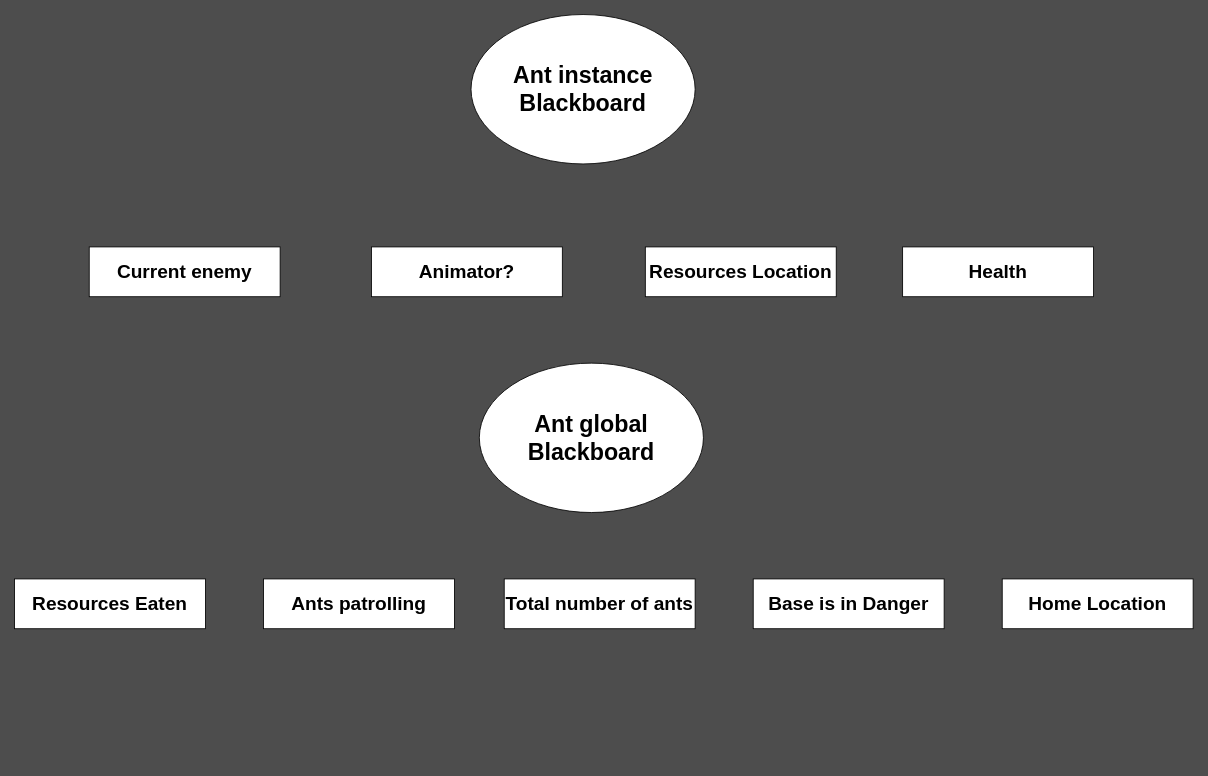
Earlier version of the draw.io diagram page "Blackboard" (5 of 5) of Design/Ant.drawio (arturo101199/GardenBattle). Source tidied: cells renumbered, new cells numbered last; positions are measured from the earlier drawing's top-left corner, leaving out a move shared by most shapes. Both pictures are drawn from the tidied source at 83%, with x=0, y=0 at pixel (14, 14).
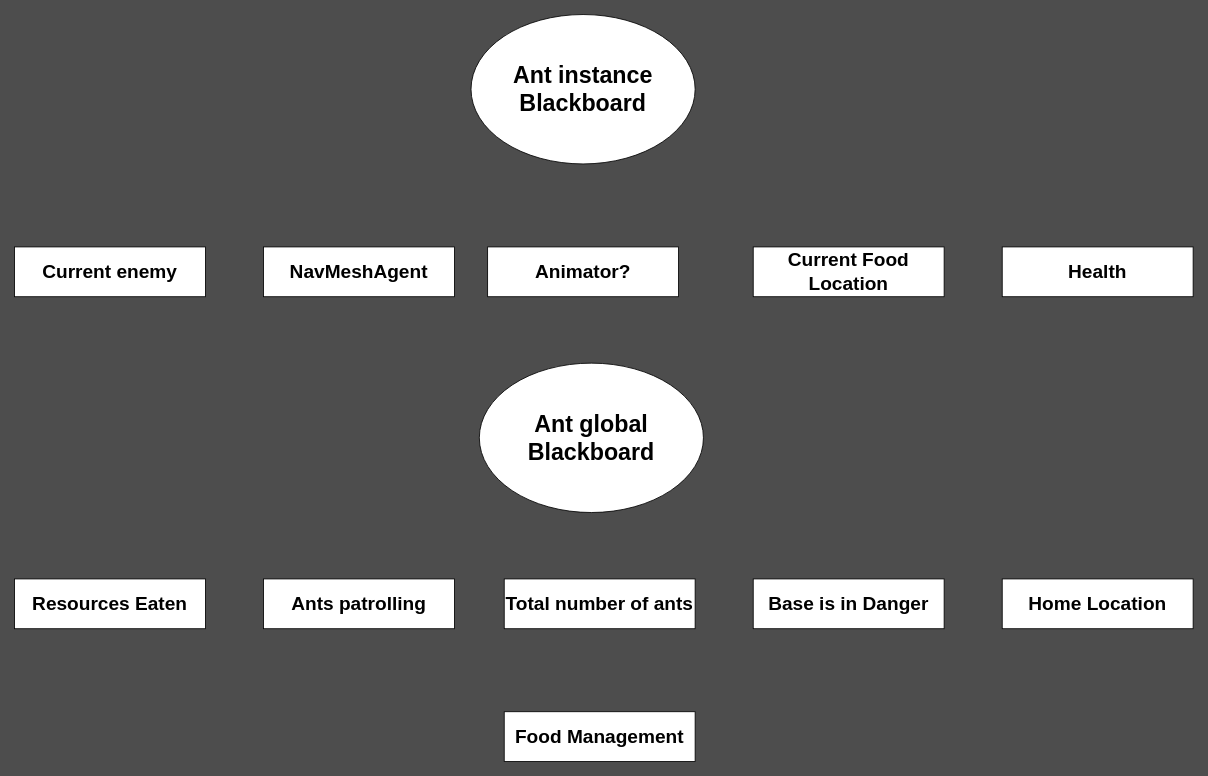
The same diagram, later.

Change to the diagram source:
```diff
@@
 <mxGraphModel background="#4D4D4D">
   <root>
     <mxCell id="0" />
     <mxCell id="1" parent="0" />
     <mxCell id="2" value="&lt;font style=&quot;font-size: 28px&quot;&gt;&lt;b&gt;Ant instance Blackboard&lt;/b&gt;&lt;/font&gt;" style="ellipse;whiteSpace=wrap;html=1;" parent="1" vertex="1">
       <mxGeometry x="550" width="270" height="180" as="geometry" />
     </mxCell>
     <mxCell id="3" value="&lt;font style=&quot;font-size: 23px&quot;&gt;&lt;b&gt;Resources Eaten&lt;/b&gt;&lt;/font&gt;" style="rounded=0;whiteSpace=wrap;html=1;" parent="1" vertex="1">
       <mxGeometry y="680" width="230" height="60" as="geometry" />
     </mxCell>
     <mxCell id="4" value="&lt;font style=&quot;font-size: 23px&quot;&gt;&lt;b&gt;Animator?&lt;/b&gt;&lt;/font&gt;" style="rounded=0;whiteSpace=wrap;html=1;" parent="1" vertex="1">
-      <mxGeometry x="430" y="280" width="230" height="60" as="geometry" />
+      <mxGeometry x="570" y="280" width="230" height="60" as="geometry" />
     </mxCell>
-    <mxCell id="5" value="&lt;font style=&quot;font-size: 23px&quot;&gt;&lt;b&gt;Resources Location&lt;/b&gt;&lt;/font&gt;" style="rounded=0;whiteSpace=wrap;html=1;" parent="1" vertex="1">
-      <mxGeometry x="760" y="280" width="230" height="60" as="geometry" />
+    <mxCell id="5" value="&lt;font style=&quot;font-size: 23px&quot;&gt;&lt;b&gt;Current Food Location&lt;br&gt;&lt;/b&gt;&lt;/font&gt;" style="rounded=0;whiteSpace=wrap;html=1;" parent="1" vertex="1">
+      <mxGeometry x="890" y="280" width="230" height="60" as="geometry" />
     </mxCell>
     <mxCell id="6" value="&lt;font style=&quot;font-size: 23px&quot;&gt;&lt;b&gt;Home Location&lt;/b&gt;&lt;/font&gt;" style="rounded=0;whiteSpace=wrap;html=1;" parent="1" vertex="1">
       <mxGeometry x="1190" y="680" width="230" height="60" as="geometry" />
     </mxCell>
     <mxCell id="7" value="&lt;font style=&quot;font-size: 23px&quot;&gt;&lt;b&gt;Current enemy&lt;/b&gt;&lt;/font&gt;" style="rounded=0;whiteSpace=wrap;html=1;" parent="1" vertex="1">
-      <mxGeometry x="90" y="280" width="230" height="60" as="geometry" />
+      <mxGeometry y="280" width="230" height="60" as="geometry" />
     </mxCell>
     <mxCell id="8" value="&lt;span style=&quot;font-size: 23px&quot;&gt;&lt;b&gt;Total number of ants&lt;/b&gt;&lt;/span&gt;" style="rounded=0;whiteSpace=wrap;html=1;" parent="1" vertex="1">
       <mxGeometry x="590" y="680" width="230" height="60" as="geometry" />
     </mxCell>
     <mxCell id="9" value="&lt;span style=&quot;font-size: 23px&quot;&gt;&lt;b&gt;Ants patrolling&lt;/b&gt;&lt;/span&gt;" style="rounded=0;whiteSpace=wrap;html=1;" parent="1" vertex="1">
       <mxGeometry x="300" y="680" width="230" height="60" as="geometry" />
     </mxCell>
     <mxCell id="10" value="&lt;span style=&quot;font-size: 23px&quot;&gt;&lt;b&gt;Base is in Danger&lt;/b&gt;&lt;/span&gt;" style="rounded=0;whiteSpace=wrap;html=1;" parent="1" vertex="1">
       <mxGeometry x="890" y="680" width="230" height="60" as="geometry" />
     </mxCell>
     <mxCell id="11" value="&lt;span style=&quot;font-size: 23px&quot;&gt;&lt;b&gt;Health&lt;/b&gt;&lt;/span&gt;" style="rounded=0;whiteSpace=wrap;html=1;" parent="1" vertex="1">
-      <mxGeometry x="1070" y="280" width="230" height="60" as="geometry" />
+      <mxGeometry x="1190" y="280" width="230" height="60" as="geometry" />
     </mxCell>
     <mxCell id="12" value="&lt;font style=&quot;font-size: 28px&quot;&gt;&lt;b&gt;Ant global Blackboard&lt;/b&gt;&lt;/font&gt;" style="ellipse;whiteSpace=wrap;html=1;" parent="1" vertex="1">
       <mxGeometry x="560" y="420" width="270" height="180" as="geometry" />
     </mxCell>
+    <mxCell id="13" value="&lt;span style=&quot;font-size: 23px&quot;&gt;&lt;b&gt;Food Management&lt;br&gt;&lt;/b&gt;&lt;/span&gt;" style="rounded=0;whiteSpace=wrap;html=1;" parent="1" vertex="1">
+      <mxGeometry x="590" y="840" width="230" height="60" as="geometry" />
+    </mxCell>
+    <mxCell id="14" value="&lt;font style=&quot;font-size: 23px&quot;&gt;&lt;b&gt;NavMeshAgent&lt;br&gt;&lt;/b&gt;&lt;/font&gt;" style="rounded=0;whiteSpace=wrap;html=1;" parent="1" vertex="1">
+      <mxGeometry x="300" y="280" width="230" height="60" as="geometry" />
+    </mxCell>
   </root>
 </mxGraphModel>
```
